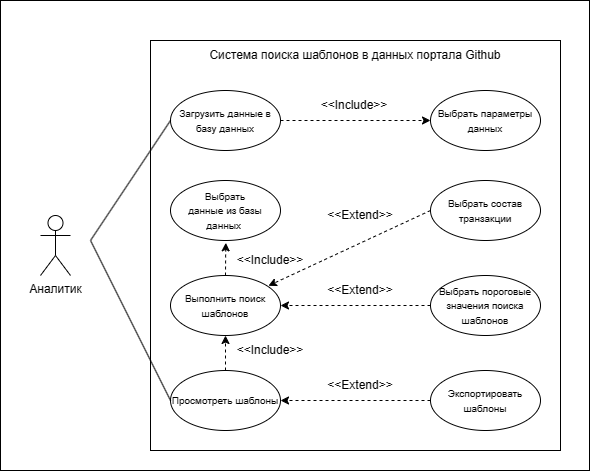
Above: docs/Диаграмма вариантов использования.drawio.png in Santiperro/final-qualifying-work (draw.io), before the change. Source tidied: cells renumbered, new cells last; positions are measured from the earlier drawing's top-left corner, leaving out a move shared by most shapes.
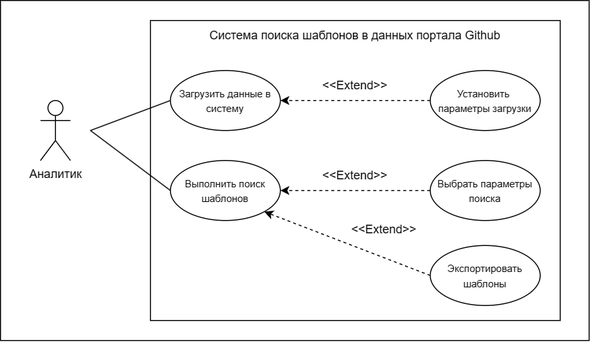
The same diagram one commit later.

Change to the diagram source:
```diff
@@ -3,84 +3,61 @@
     <mxCell id="0" />
     <mxCell id="1" parent="0" />
     <mxCell id="2" style="rounded=0;whiteSpace=wrap;html=1;" parent="1" vertex="1">
-      <mxGeometry width="589" height="470" as="geometry" />
+      <mxGeometry y="20" width="589" height="340" as="geometry" />
     </mxCell>
     <mxCell id="3" style="rounded=0;whiteSpace=wrap;html=1;" parent="1" vertex="1">
-      <mxGeometry x="150" y="40" width="410" height="410" as="geometry" />
+      <mxGeometry x="150" y="40" width="410" height="300" as="geometry" />
     </mxCell>
     <mxCell id="4" value="Система поиска шаблонов в данных портала Github" style="text;html=1;strokeColor=none;fillColor=none;align=center;verticalAlign=middle;whiteSpace=wrap;rounded=0;" parent="1" vertex="1">
       <mxGeometry x="150" y="40" width="410" height="30" as="geometry" />
     </mxCell>
-    <mxCell id="5" value="&lt;font style=&quot;font-size: 10px;&quot;&gt;Загрузить данные в базу данных&lt;br&gt;&lt;/font&gt;" style="ellipse;whiteSpace=wrap;html=1;" parent="1" vertex="1">
+    <mxCell id="5" value="&lt;font style=&quot;font-size: 10px;&quot;&gt;Загрузить данные в систему&lt;br&gt;&lt;/font&gt;" style="ellipse;whiteSpace=wrap;html=1;" parent="1" vertex="1">
       <mxGeometry x="170" y="90" width="110" height="60" as="geometry" />
     </mxCell>
-    <mxCell id="6" value="&lt;font style=&quot;font-size: 10px;&quot;&gt;Выбрать параметры данных&lt;/font&gt;" style="ellipse;whiteSpace=wrap;html=1;" parent="1" vertex="1">
+    <mxCell id="6" value="&lt;font style=&quot;font-size: 10px;&quot;&gt;Установить&amp;nbsp;&lt;/font&gt;&lt;div&gt;&lt;font style=&quot;font-size: 10px;&quot;&gt;параметры загрузки&lt;/font&gt;&lt;/div&gt;" style="ellipse;whiteSpace=wrap;html=1;" parent="1" vertex="1">
       <mxGeometry x="430" y="90" width="110" height="60" as="geometry" />
     </mxCell>
-    <mxCell id="7" style="endArrow=classic;html=1;rounded=0;dashed=1;exitX=1;exitY=0.5;exitDx=0;exitDy=0;entryX=0;entryY=0.5;entryDx=0;entryDy=0;" parent="1" edge="1" source="5" target="6">
+    <mxCell id="7" style="endArrow=classic;html=1;rounded=0;dashed=1;exitX=0;exitY=0.5;exitDx=0;exitDy=0;entryX=1;entryY=0.5;entryDx=0;entryDy=0;" parent="1" edge="1" source="6" target="5">
       <mxGeometry relative="1" as="geometry" />
     </mxCell>
-    <mxCell id="8" value="&amp;lt;&amp;lt;Include&amp;gt;&amp;gt;" style="text;html=1;strokeColor=none;fillColor=none;align=center;verticalAlign=middle;whiteSpace=wrap;rounded=0;labelBackgroundColor=none;" parent="1" vertex="1">
-      <mxGeometry x="324" y="90" width="60" height="30" as="geometry" />
+    <mxCell id="8" value="Аналитик" style="shape=umlActor;verticalLabelPosition=bottom;verticalAlign=top;html=1;" parent="1" vertex="1">
+      <mxGeometry x="40" y="120" width="30" height="60" as="geometry" />
     </mxCell>
-    <mxCell id="9" value="Аналитик" style="shape=umlActor;verticalLabelPosition=bottom;verticalAlign=top;html=1;" parent="1" vertex="1">
-      <mxGeometry x="40" y="215" width="30" height="60" as="geometry" />
+    <mxCell id="9" style="endArrow=none;html=1;rounded=0;exitX=0;exitY=0.5;exitDx=0;exitDy=0;" parent="1" edge="1" source="5">
+      <mxGeometry relative="1" as="geometry">
+        <mxPoint x="90" y="150" as="targetPoint" />
+      </mxGeometry>
     </mxCell>
-    <mxCell id="10" style="endArrow=none;html=1;rounded=0;exitX=0;exitY=0.5;exitDx=0;exitDy=0;" parent="1" edge="1" source="5">
-      <mxGeometry relative="1" as="geometry">
-        <mxPoint x="90" y="240" as="targetPoint" />
-      </mxGeometry>
+    <mxCell id="10" value="&lt;font style=&quot;font-size: 10px;&quot;&gt;Экспортировать шаблоны&lt;br&gt;&lt;/font&gt;" style="ellipse;whiteSpace=wrap;html=1;" parent="1" vertex="1">
+      <mxGeometry x="430" y="265" width="110" height="60" as="geometry" />
     </mxCell>
-    <mxCell id="11" value="&lt;font style=&quot;font-size: 10px;&quot;&gt;Экспортировать шаблоны&lt;br&gt;&lt;/font&gt;" style="ellipse;whiteSpace=wrap;html=1;" parent="1" vertex="1">
-      <mxGeometry x="430" y="370" width="110" height="60" as="geometry" />
+    <mxCell id="11" style="endArrow=classic;html=1;rounded=0;dashed=1;jumpStyle=arc;exitX=0;exitY=0.5;exitDx=0;exitDy=0;entryX=1;entryY=1;entryDx=0;entryDy=0;" parent="1" edge="1" source="10" target="13">
+      <mxGeometry relative="1" as="geometry" />
     </mxCell>
-    <mxCell id="12" style="endArrow=classic;html=1;rounded=0;dashed=1;jumpStyle=arc;exitX=0;exitY=0.5;exitDx=0;exitDy=0;entryX=1;entryY=0.5;entryDx=0;entryDy=0;" parent="1" edge="1" source="11" target="20">
-      <mxGeometry relative="1" as="geometry" />
+    <mxCell id="12" value="&amp;lt;&amp;lt;Extend&amp;gt;&amp;gt;" style="text;html=1;strokeColor=none;fillColor=none;align=center;verticalAlign=middle;whiteSpace=wrap;rounded=0;labelBackgroundColor=none;" parent="1" vertex="1">
+      <mxGeometry x="354" y="234" width="60" height="30" as="geometry" />
     </mxCell>
-    <mxCell id="13" value="&amp;lt;&amp;lt;Extend&amp;gt;&amp;gt;" style="text;html=1;strokeColor=none;fillColor=none;align=center;verticalAlign=middle;whiteSpace=wrap;rounded=0;labelBackgroundColor=none;" parent="1" vertex="1">
-      <mxGeometry x="330" y="370" width="60" height="30" as="geometry" />
+    <mxCell id="13" value="&lt;font style=&quot;font-size: 10px;&quot;&gt;Выполнить поиск шаблонов&lt;/font&gt;" style="ellipse;whiteSpace=wrap;html=1;" parent="1" vertex="1">
+      <mxGeometry x="170" y="180" width="110" height="60" as="geometry" />
     </mxCell>
-    <mxCell id="14" value="&lt;font style=&quot;font-size: 10px;&quot;&gt;Выполнить поиск шаблонов&lt;/font&gt;" style="ellipse;whiteSpace=wrap;html=1;" parent="1" vertex="1">
-      <mxGeometry x="170" y="275" width="110" height="60" as="geometry" />
+    <mxCell id="14" value="&amp;lt;&amp;lt;Extend&amp;gt;&amp;gt;" style="text;html=1;strokeColor=none;fillColor=none;align=center;verticalAlign=middle;whiteSpace=wrap;rounded=0;labelBackgroundColor=none;" parent="1" vertex="1">
+      <mxGeometry x="325" y="180" width="60" height="30" as="geometry" />
     </mxCell>
-    <mxCell id="15" value="&amp;lt;&amp;lt;Include&amp;gt;&amp;gt;" style="text;html=1;strokeColor=none;fillColor=none;align=center;verticalAlign=middle;whiteSpace=wrap;rounded=0;labelBackgroundColor=none;" parent="1" vertex="1">
-      <mxGeometry x="240" y="335" width="60" height="30" as="geometry" />
+    <mxCell id="15" style="endArrow=none;html=1;rounded=0;exitX=0;exitY=0.5;exitDx=0;exitDy=0;" parent="1" edge="1" source="13">
+      <mxGeometry relative="1" as="geometry">
+        <mxPoint x="90" y="150" as="targetPoint" />
+      </mxGeometry>
     </mxCell>
-    <mxCell id="16" value="&lt;font style=&quot;font-size: 10px;&quot;&gt;Выбрать пороговые значения поиска шаблонов&lt;/font&gt;" style="ellipse;whiteSpace=wrap;html=1;" parent="1" vertex="1">
-      <mxGeometry x="430" y="275" width="110" height="60" as="geometry" />
+    <mxCell id="16" style="endArrow=classic;html=1;rounded=0;dashed=1;exitX=0;exitY=0.5;exitDx=0;exitDy=0;" parent="1" edge="1" source="17">
+      <mxGeometry relative="1" as="geometry">
+        <mxPoint x="280" y="210" as="targetPoint" />
+      </mxGeometry>
     </mxCell>
-    <mxCell id="17" style="endArrow=classic;html=1;rounded=0;dashed=1;exitX=0;exitY=0.5;exitDx=0;exitDy=0;entryX=1;entryY=0.5;entryDx=0;entryDy=0;" parent="1" edge="1" source="16" target="14">
-      <mxGeometry relative="1" as="geometry" />
+    <mxCell id="17" value="&lt;span style=&quot;font-size: 10px;&quot;&gt;Выбрать параметры поиска&lt;/span&gt;" style="ellipse;whiteSpace=wrap;html=1;" parent="1" vertex="1">
+      <mxGeometry x="430" y="180" width="110" height="60" as="geometry" />
     </mxCell>
     <mxCell id="18" value="&amp;lt;&amp;lt;Extend&amp;gt;&amp;gt;" style="text;html=1;strokeColor=none;fillColor=none;align=center;verticalAlign=middle;whiteSpace=wrap;rounded=0;labelBackgroundColor=none;" parent="1" vertex="1">
-      <mxGeometry x="330" y="200" width="60" height="30" as="geometry" />
+      <mxGeometry x="325" y="90" width="60" height="30" as="geometry" />
     </mxCell>
-    <mxCell id="19" value="&amp;lt;&amp;lt;Extend&amp;gt;&amp;gt;" style="text;html=1;strokeColor=none;fillColor=none;align=center;verticalAlign=middle;whiteSpace=wrap;rounded=0;labelBackgroundColor=none;" parent="1" vertex="1">
-      <mxGeometry x="330" y="275" width="60" height="30" as="geometry" />
-    </mxCell>
-    <mxCell id="20" value="&lt;font style=&quot;font-size: 10px;&quot;&gt;Просмотреть шаблоны&lt;br&gt;&lt;/font&gt;" style="ellipse;whiteSpace=wrap;html=1;" parent="1" vertex="1">
-      <mxGeometry x="170" y="370" width="110" height="60" as="geometry" />
-    </mxCell>
-    <mxCell id="21" style="endArrow=classic;html=1;rounded=0;dashed=1;jumpStyle=arc;edgeStyle=orthogonalEdgeStyle;entryX=0.5;entryY=1;entryDx=0;entryDy=0;exitX=0.5;exitY=0;exitDx=0;exitDy=0;" parent="1" edge="1" source="20" target="14">
-      <mxGeometry relative="1" as="geometry" />
-    </mxCell>
-    <mxCell id="22" style="endArrow=none;html=1;rounded=0;exitX=0;exitY=0.5;exitDx=0;exitDy=0;entryX=0.153;entryY=0.511;entryDx=0;entryDy=0;entryPerimeter=0;" parent="1" edge="1" source="20" target="2">
-      <mxGeometry relative="1" as="geometry" />
-    </mxCell>
-    <mxCell id="23" value="&lt;font style=&quot;font-size: 10px;&quot;&gt;Выбрать &lt;br&gt;данные&amp;nbsp;из базы данных&amp;nbsp;&lt;br&gt;&lt;/font&gt;" style="ellipse;whiteSpace=wrap;html=1;" parent="1" vertex="1">
-      <mxGeometry x="170" y="180" width="110" height="60" as="geometry" />
-    </mxCell>
-    <mxCell id="24" style="endArrow=classic;html=1;rounded=0;dashed=1;jumpStyle=arc;edgeStyle=orthogonalEdgeStyle;entryX=0.503;entryY=1.039;entryDx=0;entryDy=0;exitX=0.5;exitY=0;exitDx=0;exitDy=0;entryPerimeter=0;" parent="1" edge="1" source="14" target="23">
-      <mxGeometry relative="1" as="geometry" />
-    </mxCell>
-    <mxCell id="25" value="&amp;lt;&amp;lt;Include&amp;gt;&amp;gt;" style="text;html=1;strokeColor=none;fillColor=none;align=center;verticalAlign=middle;whiteSpace=wrap;rounded=0;labelBackgroundColor=none;" parent="1" vertex="1">
-      <mxGeometry x="240" y="245" width="60" height="30" as="geometry" />
-    </mxCell>
-    <mxCell id="26" style="endArrow=classic;html=1;rounded=0;dashed=1;entryX=0.89;entryY=0.171;entryDx=0;entryDy=0;entryPerimeter=0;exitX=0;exitY=0.5;exitDx=0;exitDy=0;" parent="1" edge="1" source="27" target="14">
-      <mxGeometry relative="1" as="geometry" />
-    </mxCell>
-    <mxCell id="27" value="&lt;span style=&quot;font-size: 10px;&quot;&gt;Выбрать состав транзакции&lt;/span&gt;" style="ellipse;whiteSpace=wrap;html=1;" parent="1" vertex="1">
-      <mxGeometry x="430" y="180" width="110" height="60" as="geometry" />
-    </mxCell>
   </root>
 </mxGraphModel>
```
